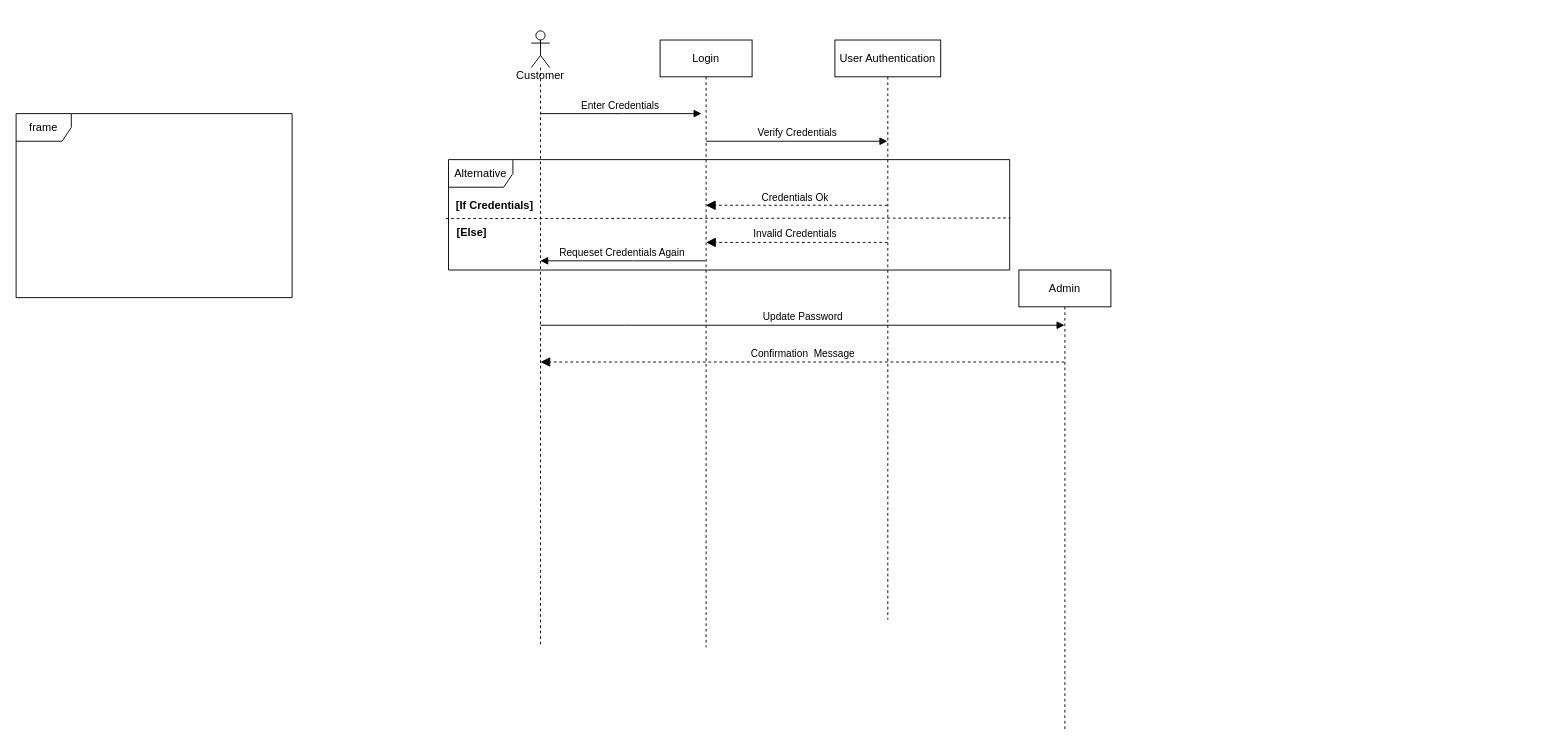
Earlier version of the draw.io diagram Sequence.drawio (Dune-Global/green-supermarket-docs). Source tidied: cells renumbered, new cells numbered last; positions are measured from the earlier drawing's top-left corner, leaving out a move shared by most shapes. Both pictures are drawn from the tidied source at 92%, with x=0, y=0 at pixel (16, 30).
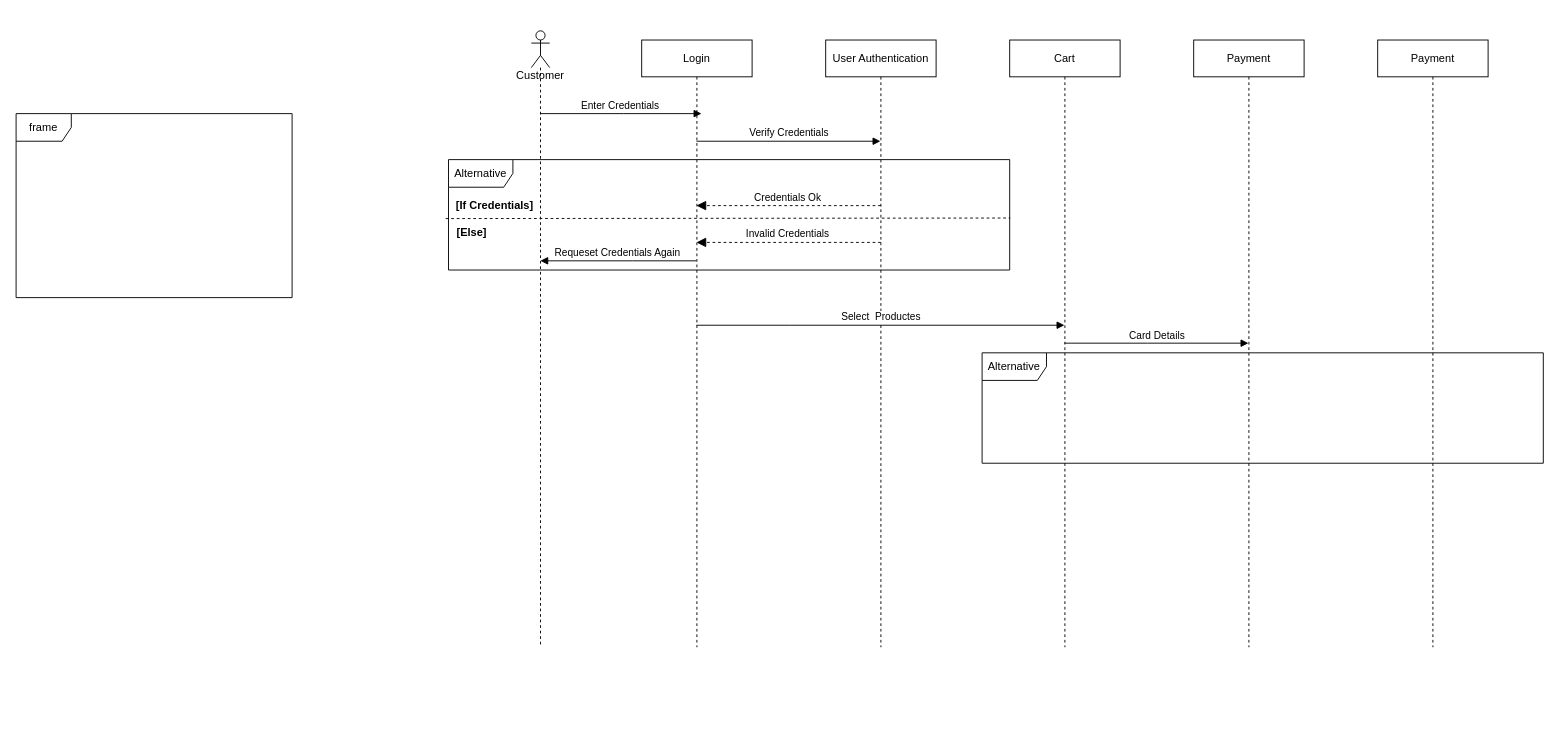
Above is the later version.

What changed in the source:
```diff
@@
     <mxCell id="2" value="Login" style="shape=umlLifeline;perimeter=lifelinePerimeter;whiteSpace=wrap;html=1;outlineConnect=0;portConstraint=eastwest;newEdgeStyle={&quot;edgeStyle&quot;:&quot;elbowEdgeStyle&quot;,&quot;elbow&quot;:&quot;vertical&quot;,&quot;curved&quot;:0,&quot;rounded&quot;:0};" parent="1" vertex="1">
-      <mxGeometry x="700" y="10" width="100" height="660" as="geometry" />
+      <mxGeometry x="680" y="10" width="120" height="660" as="geometry" />
     </mxCell>
@@
     <mxCell id="7" value="User Authentication" style="shape=umlLifeline;perimeter=lifelinePerimeter;whiteSpace=wrap;html=1;outlineConnect=0;portConstraint=eastwest;newEdgeStyle={&quot;curved&quot;:0,&quot;rounded&quot;:0};" parent="1" vertex="1">
-      <mxGeometry x="890" y="10" width="115" height="630" as="geometry" />
+      <mxGeometry x="880" y="10" width="120" height="660" as="geometry" />
     </mxCell>
-    <mxCell id="8" value="Verify Credentials" style="html=1;verticalAlign=bottom;endArrow=block;edgeStyle=elbowEdgeStyle;elbow=vertical;curved=0;rounded=0;" parent="1" edge="1" target="7">
+    <mxCell id="8" value="Verify Credentials" style="html=1;verticalAlign=bottom;endArrow=block;edgeStyle=elbowEdgeStyle;elbow=vertical;curved=0;rounded=0;" parent="1" edge="1" source="2" target="7">
       <mxGeometry relative="1" as="geometry">
-        <mxPoint x="750" y="120" as="sourcePoint" />
         <Array as="points">
           <mxPoint x="840" y="120" />
         </Array>
       </mxGeometry>
     </mxCell>
@@
-    <mxCell id="10" value="Credentials Ok&amp;nbsp;" style="html=1;verticalAlign=bottom;endArrow=block;dashed=1;endSize=8;curved=0;rounded=0;endFill=1;" parent="1" edge="1">
+    <mxCell id="10" value="Credentials Ok&amp;nbsp;" style="html=1;verticalAlign=bottom;endArrow=block;dashed=1;endSize=8;curved=0;rounded=0;endFill=1;" parent="1" edge="1" target="2">
       <mxGeometry relative="1" as="geometry">
-        <mxPoint x="947" y="189.6" as="sourcePoint" />
-        <mxPoint x="749.8" y="189.6" as="targetPoint" />
+        <mxPoint x="940" y="190" as="sourcePoint" />
       </mxGeometry>
     </mxCell>
@@
-    <mxCell id="14" value="Invalid Credentials&amp;nbsp;" style="html=1;verticalAlign=bottom;endArrow=block;dashed=1;endSize=8;curved=0;rounded=0;endFill=1;" parent="1" edge="1">
+    <mxCell id="14" value="Invalid Credentials&amp;nbsp;" style="html=1;verticalAlign=bottom;endArrow=block;dashed=1;endSize=8;curved=0;rounded=0;endFill=1;" parent="1" edge="1" target="2">
       <mxGeometry relative="1" as="geometry">
-        <mxPoint x="947.2" y="230" as="sourcePoint" />
-        <mxPoint x="750" y="230" as="targetPoint" />
+        <mxPoint x="940" y="230" as="sourcePoint" />
       </mxGeometry>
     </mxCell>
-    <mxCell id="15" value="Admin" style="shape=umlLifeline;perimeter=lifelinePerimeter;whiteSpace=wrap;html=1;outlineConnect=0;portConstraint=eastwest;newEdgeStyle={&quot;curved&quot;:0,&quot;rounded&quot;:0};" parent="1" vertex="1">
-      <mxGeometry x="1090" y="260" width="100" height="500" as="geometry" />
-    </mxCell>
-    <mxCell id="16" value="Update Password" style="html=1;verticalAlign=bottom;endArrow=block;edgeStyle=elbowEdgeStyle;elbow=vertical;curved=0;rounded=0;" parent="1" edge="1">
-      <mxGeometry relative="1" as="geometry">
-        <mxPoint x="570" y="320" as="sourcePoint" />
-        <mxPoint x="1139.5" y="320" as="targetPoint" />
-        <Array as="points">
-          <mxPoint x="661" y="320" />
-        </Array>
-      </mxGeometry>
-    </mxCell>
-    <mxCell id="17" value="Confirmation&amp;nbsp; Message" style="html=1;verticalAlign=bottom;endArrow=block;dashed=1;endSize=8;curved=0;rounded=0;endFill=1;" parent="1" edge="1" source="15">
-      <mxGeometry relative="1" as="geometry">
-        <mxPoint x="570" y="360" as="targetPoint" />
-      </mxGeometry>
-    </mxCell>
+    <mxCell id="18" value="Cart" style="shape=umlLifeline;perimeter=lifelinePerimeter;whiteSpace=wrap;html=1;outlineConnect=0;portConstraint=eastwest;newEdgeStyle={&quot;curved&quot;:0,&quot;rounded&quot;:0};" parent="1" vertex="1">
+      <mxGeometry x="1080" y="10" width="120" height="660" as="geometry" />
+    </mxCell>
+    <mxCell id="19" value="Select&amp;nbsp; Productes" style="html=1;verticalAlign=bottom;endArrow=block;edgeStyle=elbowEdgeStyle;elbow=vertical;curved=0;rounded=0;" parent="1" edge="1" source="2" target="18">
+      <mxGeometry relative="1" as="geometry">
+        <Array as="points">
+          <mxPoint x="841" y="320" />
+        </Array>
+      </mxGeometry>
+    </mxCell>
+    <mxCell id="20" value="Payment" style="shape=umlLifeline;perimeter=lifelinePerimeter;whiteSpace=wrap;html=1;outlineConnect=0;portConstraint=eastwest;newEdgeStyle={&quot;curved&quot;:0,&quot;rounded&quot;:0};" parent="1" vertex="1">
+      <mxGeometry x="1280" y="10" width="120" height="660" as="geometry" />
+    </mxCell>
+    <mxCell id="21" value="Card Details" style="html=1;verticalAlign=bottom;endArrow=block;edgeStyle=elbowEdgeStyle;elbow=vertical;curved=0;rounded=0;" parent="1" edge="1" source="18" target="20">
+      <mxGeometry relative="1" as="geometry">
+        <Array as="points">
+          <mxPoint x="1230" y="339.5" />
+        </Array>
+      </mxGeometry>
+    </mxCell>
+    <mxCell id="22" value="Alternative" style="shape=umlFrame;whiteSpace=wrap;html=1;width=70;height=30;" parent="1" vertex="1">
+      <mxGeometry x="1050" y="350" width="610" height="120" as="geometry" />
+    </mxCell>
+    <mxCell id="23" value="Payment" style="shape=umlLifeline;perimeter=lifelinePerimeter;whiteSpace=wrap;html=1;newEdgeStyle={&quot;curved&quot;:0,&quot;rounded&quot;:0};" parent="1" vertex="1">
+      <mxGeometry x="1480" y="10" width="120" height="660" as="geometry" />
+    </mxCell>
```
